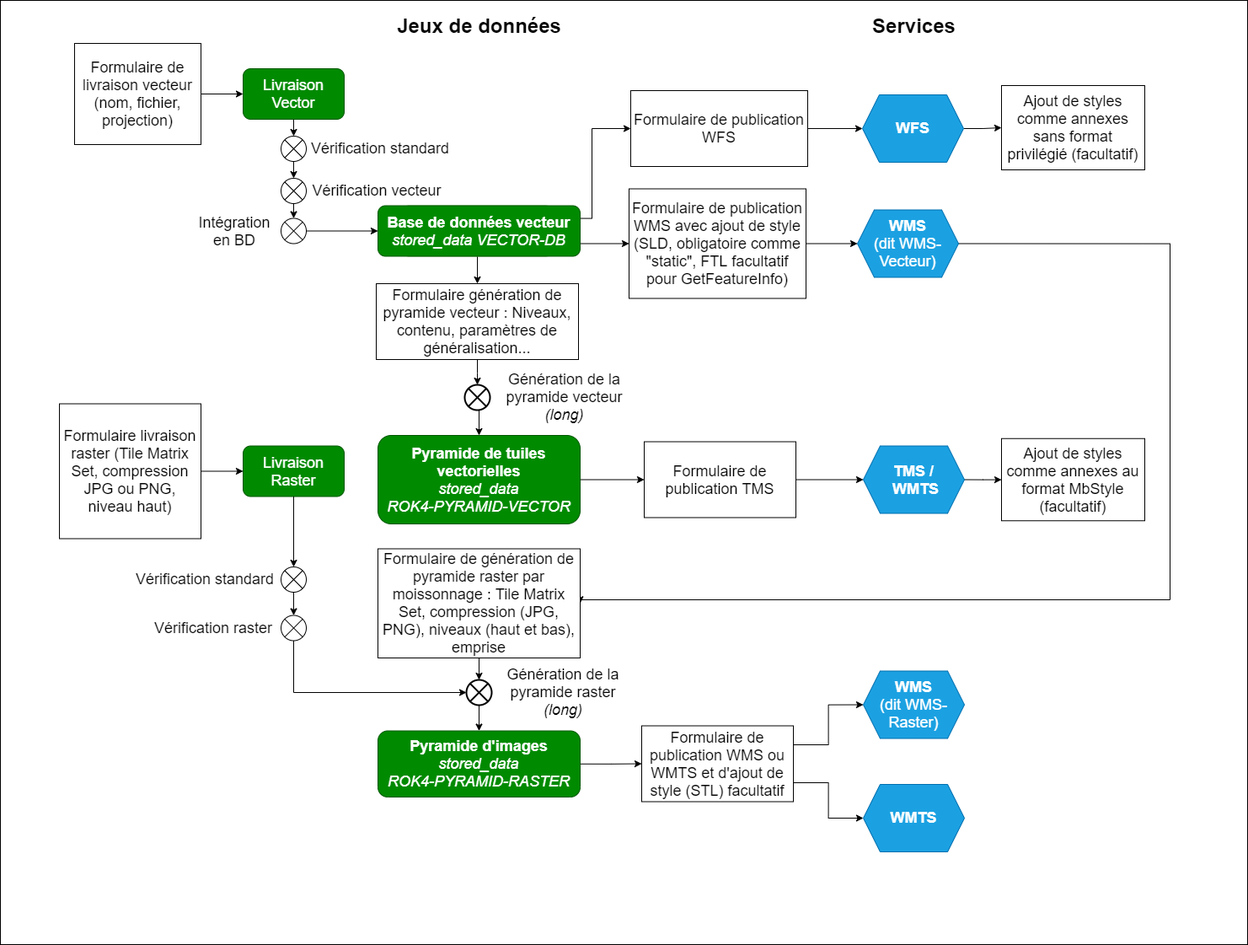
Before: docs/developer/schema-diffusion-tous-types.drawio.png, a diagram exported from draw.io (IGNF/cartes.gouv.fr). Source tidied: cells renumbered, new cells last; positions are measured from the earlier drawing's top-left corner, leaving out a move shared by most shapes.
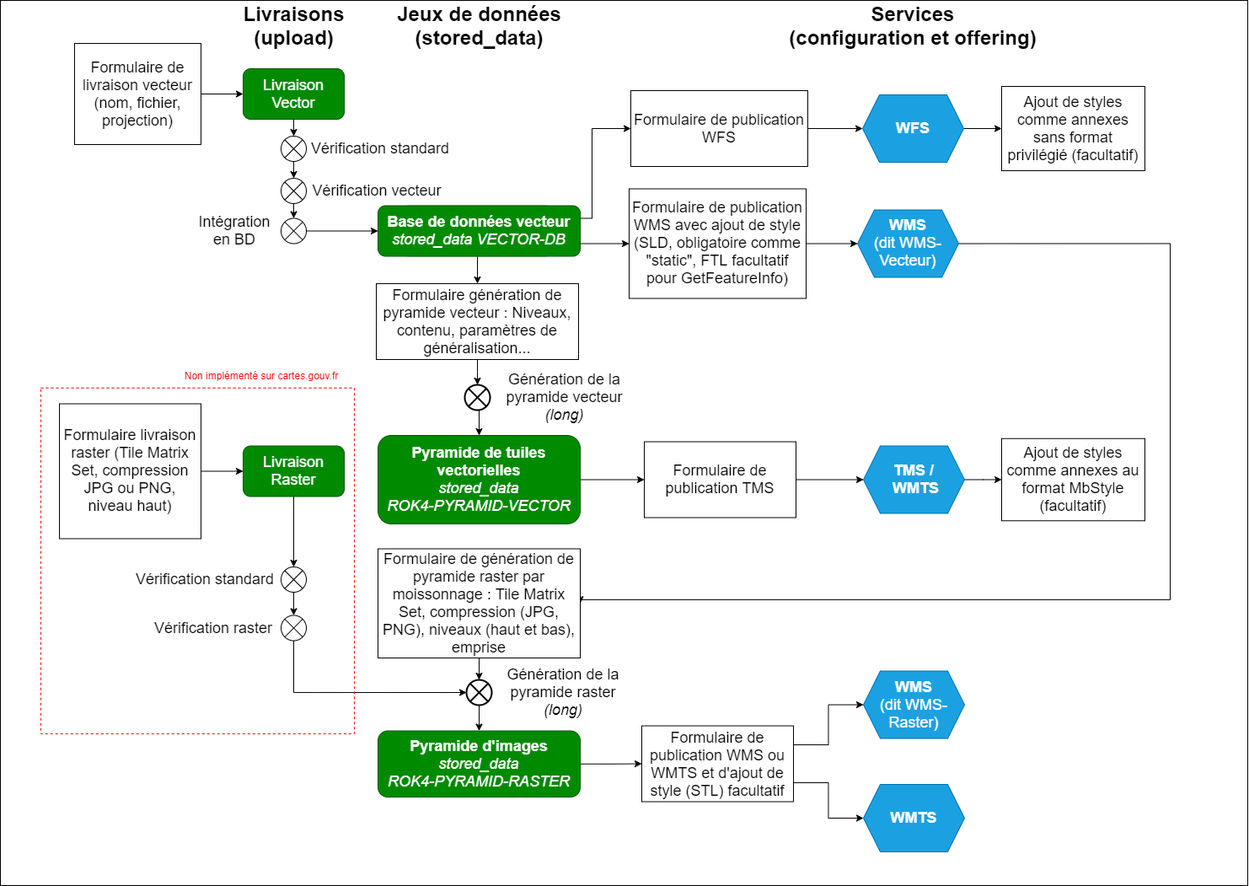
Later version of the same file.

Commit message:
docs: commentaire raster sur schema workflows

The edit, as a diff of the source:
```diff
@@ -3,7 +3,7 @@
     <mxCell id="0" />
     <mxCell id="1" parent="0" />
     <mxCell id="2" style="rounded=0;whiteSpace=wrap;html=1;" parent="1" vertex="1">
-      <mxGeometry width="1480" height="1120" as="geometry" />
+      <mxGeometry width="1480" height="1050" as="geometry" />
     </mxCell>
     <mxCell id="3" value="&lt;font style=&quot;font-size: 18px&quot;&gt;Livraison&lt;br&gt;Raster&lt;/font&gt;" style="rounded=1;whiteSpace=wrap;html=1;fillColor=#008a00;strokeColor=#005700;fontColor=#ffffff;" parent="1" vertex="1">
       <mxGeometry x="288" y="528.5" width="120" height="60" as="geometry" />
@@ -161,9 +161,9 @@
       <mxGeometry x="1188" y="519.8" width="170" height="97.5" as="geometry" />
     </mxCell>
     <mxCell id="53" value="&lt;font style=&quot;font-size: 18px&quot;&gt;Ajout de styles comme annexes sans format privilégié (facultatif)&lt;/font&gt;" style="rounded=0;whiteSpace=wrap;html=1;" parent="1" vertex="1">
-      <mxGeometry x="1188" y="101" width="170" height="100" as="geometry" />
+      <mxGeometry x="1188" y="102" width="170" height="100" as="geometry" />
     </mxCell>
-    <mxCell id="54" value="&lt;b&gt;&lt;font style=&quot;font-size: 24px&quot;&gt;Jeux de données&lt;/font&gt;&lt;/b&gt;" style="text;html=1;strokeColor=none;fillColor=none;align=center;verticalAlign=middle;whiteSpace=wrap;rounded=0;" parent="1" vertex="1">
+    <mxCell id="54" value="&lt;b&gt;&lt;font style=&quot;font-size: 24px&quot;&gt;Jeux de données&lt;br&gt;(stored_data)&lt;br&gt;&lt;/font&gt;&lt;/b&gt;" style="text;html=1;strokeColor=none;fillColor=none;align=center;verticalAlign=middle;whiteSpace=wrap;rounded=0;" parent="1" vertex="1">
       <mxGeometry x="460.5" width="215" height="60" as="geometry" />
     </mxCell>
     <mxCell id="55" value="&lt;font style=&quot;font-size: 18px&quot;&gt;Formulaire génération de pyramide vecteur : Niveaux, contenu, paramètres de généralisation...&lt;/font&gt;" style="rounded=0;whiteSpace=wrap;html=1;" parent="1" vertex="1">
@@ -196,8 +196,17 @@
     <mxCell id="64" value="&lt;font style=&quot;font-size: 18px&quot;&gt;&lt;b&gt;Base de données vecteur&lt;/b&gt;&lt;br&gt;&lt;i&gt;stored_data VECTOR-DB&lt;/i&gt;&lt;/font&gt;" style="rounded=1;whiteSpace=wrap;html=1;fillColor=#008a00;strokeColor=#005700;fontColor=#ffffff;" parent="1" vertex="1">
       <mxGeometry x="448" y="243.5" width="240" height="60" as="geometry" />
     </mxCell>
-    <mxCell id="65" value="&lt;b&gt;&lt;font style=&quot;font-size: 24px&quot;&gt;Services&lt;/font&gt;&lt;/b&gt;" style="text;html=1;strokeColor=none;fillColor=none;align=center;verticalAlign=middle;whiteSpace=wrap;rounded=0;" parent="1" vertex="1">
-      <mxGeometry x="976.5" width="215" height="60" as="geometry" />
+    <mxCell id="65" value="&lt;b&gt;&lt;font style=&quot;font-size: 24px&quot;&gt;Services&lt;br&gt;(configuration et offering)&lt;br&gt;&lt;/font&gt;&lt;/b&gt;" style="text;html=1;strokeColor=none;fillColor=none;align=center;verticalAlign=middle;whiteSpace=wrap;rounded=0;" parent="1" vertex="1">
+      <mxGeometry x="913" width="340" height="60" as="geometry" />
     </mxCell>
+    <mxCell id="66" style="rounded=0;whiteSpace=wrap;html=1;fillColor=none;dashed=1;strokeColor=#FF0303;" parent="1" vertex="1">
+      <mxGeometry x="48" y="459.8" width="372" height="410.2" as="geometry" />
+    </mxCell>
+    <mxCell id="67" value="Non implémenté sur cartes.gouv.fr" style="text;html=1;strokeColor=none;fillColor=none;align=center;verticalAlign=middle;whiteSpace=wrap;rounded=0;dashed=1;fontColor=#FF0000;" parent="1" vertex="1">
+      <mxGeometry x="200" y="429.8" width="220" height="30.2" as="geometry" />
+    </mxCell>
+    <mxCell id="68" value="&lt;b&gt;&lt;font style=&quot;font-size: 24px&quot;&gt;Livraisons&lt;br&gt;(upload)&lt;br&gt;&lt;/font&gt;&lt;/b&gt;" style="text;html=1;strokeColor=none;fillColor=none;align=center;verticalAlign=middle;whiteSpace=wrap;rounded=0;" parent="1" vertex="1">
+      <mxGeometry x="240.5" width="215" height="60" as="geometry" />
+    </mxCell>
   </root>
 </mxGraphModel>
```
